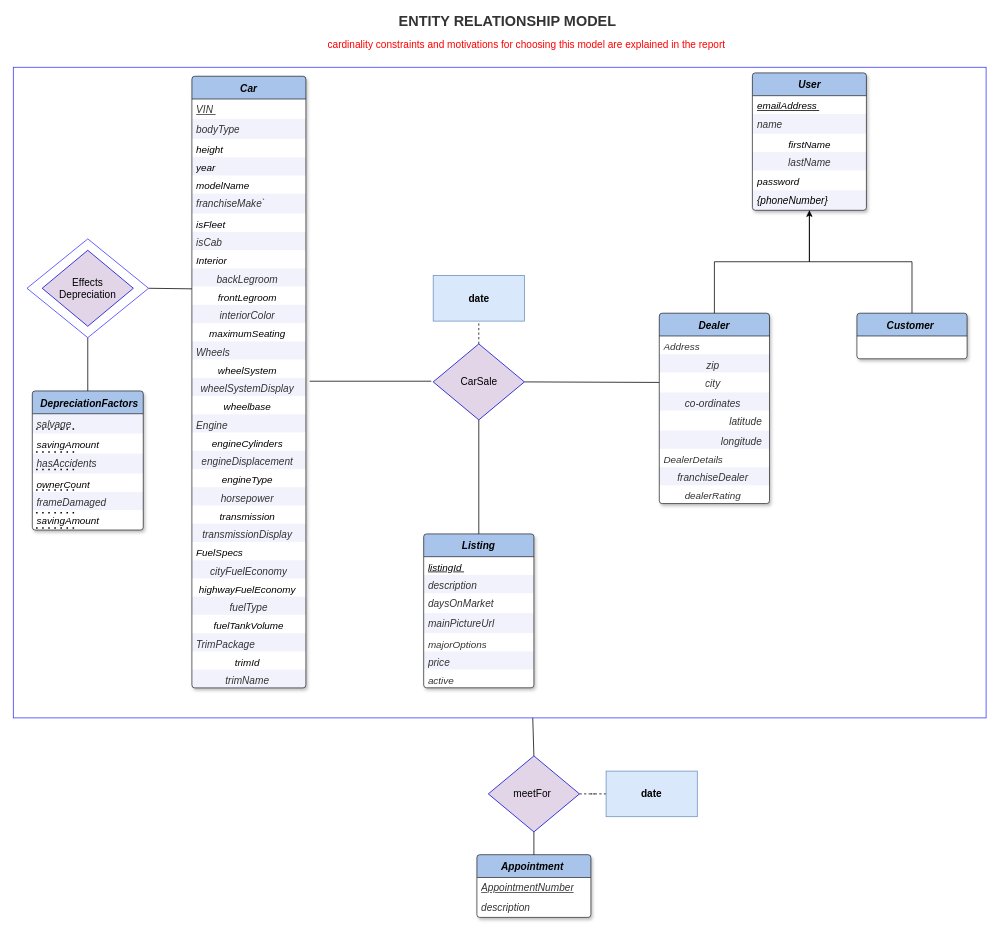
The draw.io diagram Database/draw.io files/ERD-Final.drawio in abmfocus4/UsedCars-db, before the edit. Source tidied: cells renumbered, new cells numbered last; positions are measured from the earlier drawing's top-left corner, leaving out a move shared by most shapes. Both pictures are drawn from the tidied source at 76%, with x=0, y=0 at pixel (13, 14).
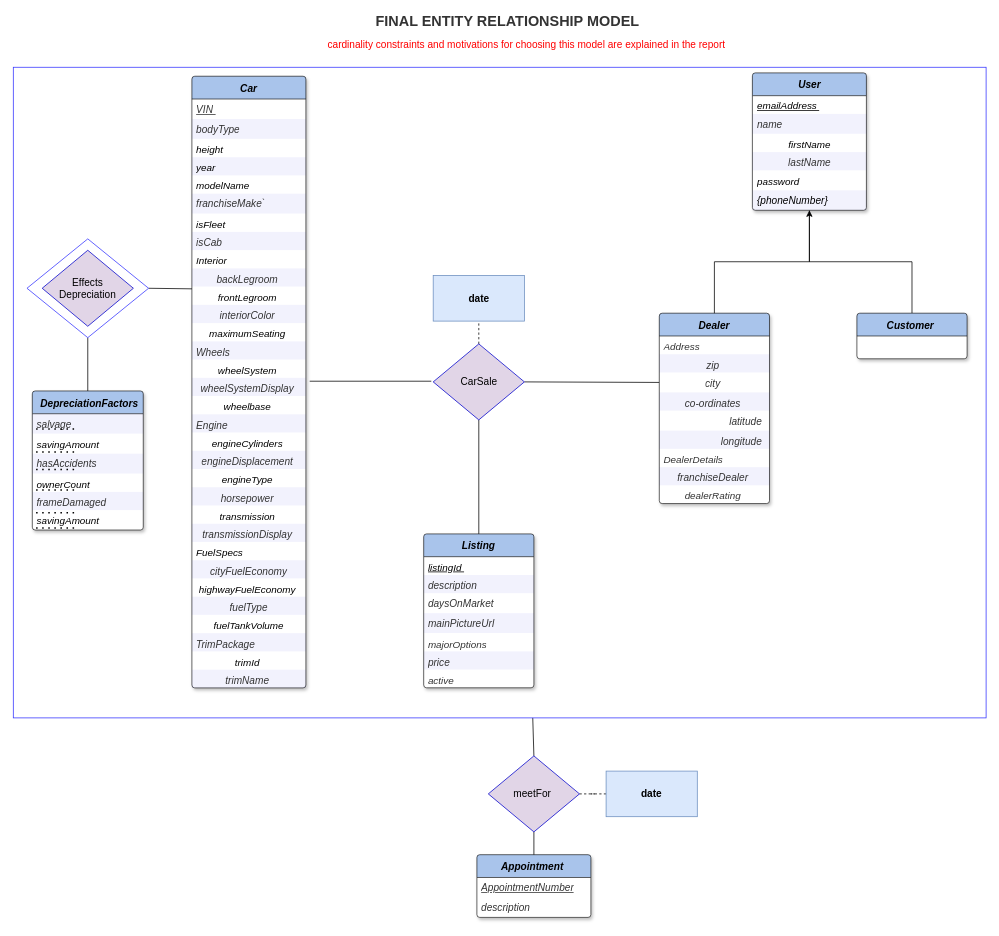
After the change.

What changed in the source:
```diff
@@
-    <mxCell id="95" value="&lt;b&gt;&lt;font style=&quot;font-size: 19px&quot;&gt;ENTITY RELATIONSHIP MODEL&lt;/font&gt;&lt;/b&gt;" style="text;html=1;align=center;verticalAlign=middle;strokeColor=none;fontSize=13.3;fontColor=#333333;" parent="1" vertex="1">
-      <mxGeometry x="500" width="300" height="20" as="geometry" />
+    <mxCell id="95" value="&lt;b&gt;&lt;font style=&quot;font-size: 19px&quot;&gt;FINAL ENTITY RELATIONSHIP MODEL&lt;/font&gt;&lt;/b&gt;" style="text;html=1;align=center;verticalAlign=middle;strokeColor=none;fontSize=13.3;fontColor=#333333;" parent="1" vertex="1">
+      <mxGeometry x="470" width="360" height="20" as="geometry" />
     </mxCell>
```
